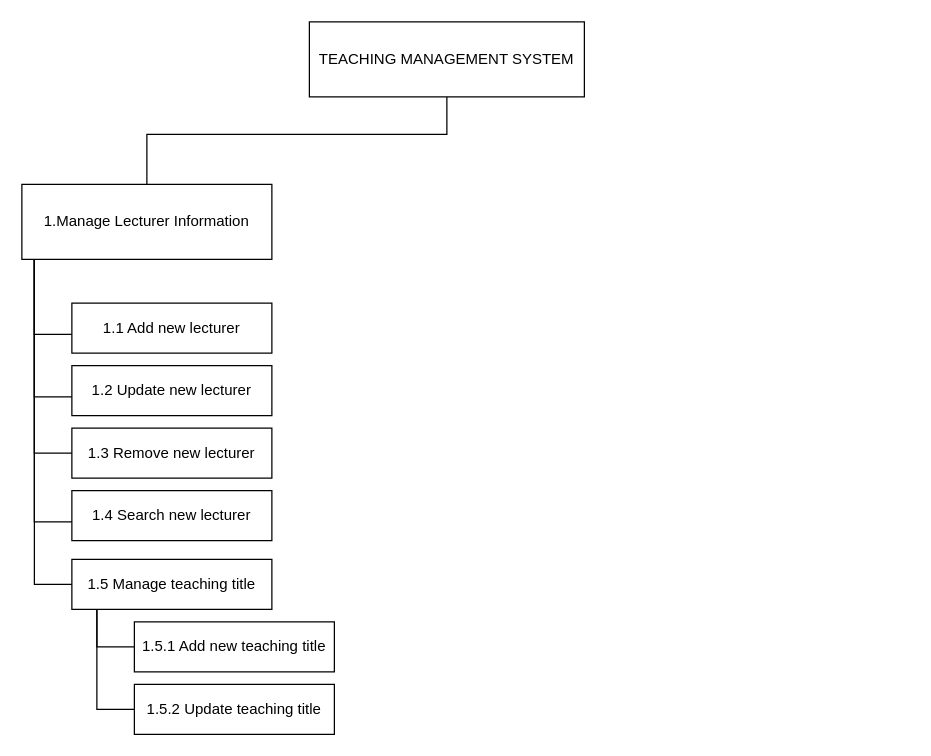
Earlier version of the draw.io diagram dfd.drawio (Keny7503/draw.io). Source tidied: cells renumbered, new cells numbered last; positions are measured from the earlier drawing's top-left corner, leaving out a move shared by most shapes. Both pictures are drawn from the tidied source at 125%, with x=0, y=0 at pixel (21, 21).
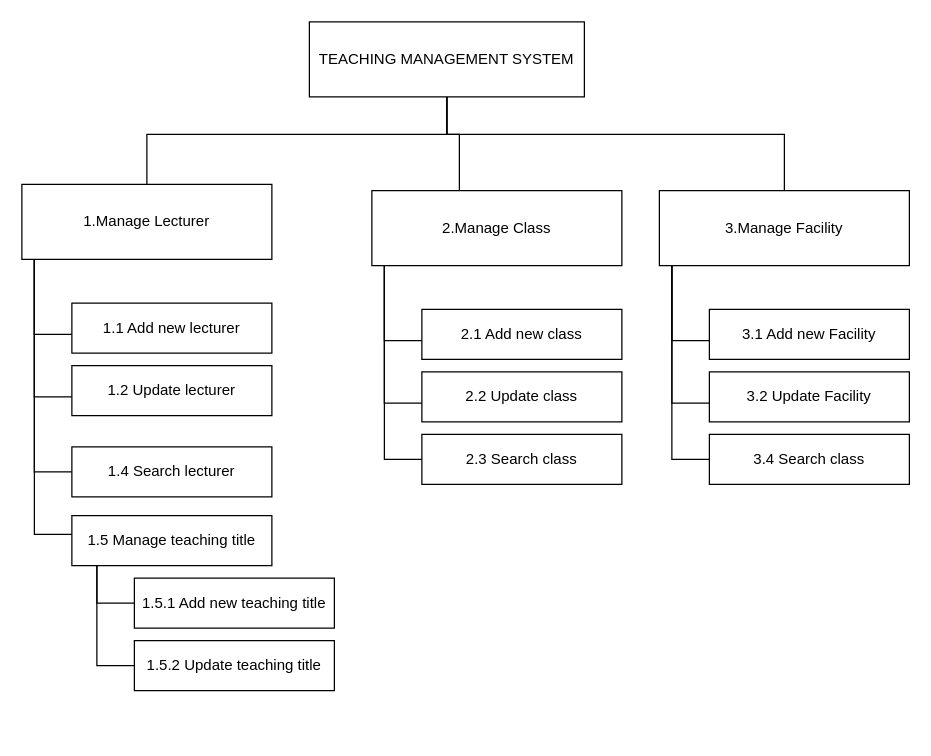
Above is the later version.

The change refers to these unchanged cells:
```xml
<mxCell id="2" value="TEACHING MANAGEMENT SYSTEM" style="rounded=0;whiteSpace=wrap;html=1;" parent="1" vertex="1">
  <mxGeometry x="230" width="220" height="60" as="geometry" />
</mxCell>
```

The edit, as a diff of the source:
```diff
@@
-    <mxCell id="4" value="1.Manage Lecturer Information" style="rounded=0;whiteSpace=wrap;html=1;" parent="1" vertex="1">
+    <mxCell id="4" value="1.Manage Lecturer" style="rounded=0;whiteSpace=wrap;html=1;" parent="1" vertex="1">
       <mxGeometry y="130" width="200" height="60" as="geometry" />
     </mxCell>
@@
-    <mxCell id="7" value="1.2 Update new lecturer" style="rounded=0;whiteSpace=wrap;html=1;" parent="1" vertex="1">
+    <mxCell id="7" value="1.2 Update lecturer" style="rounded=0;whiteSpace=wrap;html=1;" parent="1" vertex="1">
       <mxGeometry x="40" y="275" width="160" height="40" as="geometry" />
     </mxCell>
-    <mxCell id="8" value="1.3 Remove new lecturer" style="rounded=0;whiteSpace=wrap;html=1;" parent="1" vertex="1">
-      <mxGeometry x="40" y="325" width="160" height="40" as="geometry" />
-    </mxCell>
-    <mxCell id="9" value="1.4 Search new lecturer" style="rounded=0;whiteSpace=wrap;html=1;" parent="1" vertex="1">
-      <mxGeometry x="40" y="375" width="160" height="40" as="geometry" />
+    <mxCell id="9" value="1.4 Search lecturer" style="rounded=0;whiteSpace=wrap;html=1;" parent="1" vertex="1">
+      <mxGeometry x="40" y="340" width="160" height="40" as="geometry" />
     </mxCell>
@@
-    <mxCell id="11" style="edgeStyle=orthogonalEdgeStyle;rounded=0;jettySize=auto;html=1;endArrow=none;endFill=0;" parent="1" edge="1" source="4" target="8">
-      <mxGeometry relative="1" as="geometry">
-        <Array as="points">
-          <mxPoint x="10" y="345" />
-        </Array>
-      </mxGeometry>
-    </mxCell>
     <mxCell id="12" style="edgeStyle=orthogonalEdgeStyle;rounded=0;jettySize=auto;html=1;endArrow=none;endFill=0;" parent="1" edge="1" source="4" target="9">
       <mxGeometry relative="1" as="geometry">
         <Array as="points">
-          <mxPoint x="10" y="400" />
+          <mxPoint x="10" y="360" />
         </Array>
       </mxGeometry>
     </mxCell>
     <mxCell id="13" value="1.5 Manage teaching title" style="rounded=0;whiteSpace=wrap;html=1;" parent="1" vertex="1">
-      <mxGeometry x="40" y="430" width="160" height="40" as="geometry" />
+      <mxGeometry x="40" y="395" width="160" height="40" as="geometry" />
     </mxCell>
-    <mxCell id="14" style="edgeStyle=orthogonalEdgeStyle;rounded=0;jettySize=auto;html=1;endArrow=none;endFill=0;" parent="1" edge="1" source="4">
+    <mxCell id="14" style="edgeStyle=orthogonalEdgeStyle;rounded=0;jettySize=auto;html=1;endArrow=none;endFill=0;" parent="1" edge="1" source="4" target="13">
       <mxGeometry relative="1" as="geometry">
-        <mxPoint x="40" y="450" as="targetPoint" />
         <Array as="points">
-          <mxPoint x="10" y="450" />
+          <mxPoint x="10" y="410" />
         </Array>
       </mxGeometry>
     </mxCell>
     <mxCell id="15" value="1.5.1 Add new teaching title" style="rounded=0;whiteSpace=wrap;html=1;" parent="1" vertex="1">
-      <mxGeometry x="90" y="480" width="160" height="40" as="geometry" />
+      <mxGeometry x="90" y="445" width="160" height="40" as="geometry" />
     </mxCell>
     <mxCell id="16" style="edgeStyle=orthogonalEdgeStyle;rounded=0;jettySize=auto;html=1;endArrow=none;endFill=0;" parent="1" edge="1" source="13">
       <mxGeometry relative="1" as="geometry">
-        <mxPoint x="90" y="500" as="targetPoint" />
+        <mxPoint x="90" y="465" as="targetPoint" />
         <Array as="points">
-          <mxPoint x="60" y="500" />
+          <mxPoint x="60" y="465" />
         </Array>
       </mxGeometry>
     </mxCell>
     <mxCell id="17" value="1.5.2 Update teaching title" style="rounded=0;whiteSpace=wrap;html=1;" parent="1" vertex="1">
-      <mxGeometry x="90" y="530" width="160" height="40" as="geometry" />
+      <mxGeometry x="90" y="495" width="160" height="40" as="geometry" />
     </mxCell>
     <mxCell id="18" style="edgeStyle=orthogonalEdgeStyle;rounded=0;jettySize=auto;html=1;endArrow=none;endFill=0;" parent="1" edge="1" source="13">
       <mxGeometry relative="1" as="geometry">
-        <mxPoint x="90" y="550" as="targetPoint" />
+        <mxPoint x="90" y="515" as="targetPoint" />
         <Array as="points">
-          <mxPoint x="60" y="550" />
+          <mxPoint x="60" y="515" />
         </Array>
       </mxGeometry>
     </mxCell>
+    <mxCell id="19" style="edgeStyle=orthogonalEdgeStyle;rounded=0;jettySize=auto;html=1;endArrow=none;endFill=0;" parent="1" edge="1" source="20" target="21">
+      <mxGeometry relative="1" as="geometry">
+        <Array as="points">
+          <mxPoint x="290" y="255" />
+        </Array>
+      </mxGeometry>
+    </mxCell>
+    <mxCell id="20" value="2.Manage Class" style="rounded=0;whiteSpace=wrap;html=1;" parent="1" vertex="1">
+      <mxGeometry x="280" y="135" width="200" height="60" as="geometry" />
+    </mxCell>
+    <mxCell id="21" value="2.1 Add new class" style="rounded=0;whiteSpace=wrap;html=1;" parent="1" vertex="1">
+      <mxGeometry x="320" y="230" width="160" height="40" as="geometry" />
+    </mxCell>
+    <mxCell id="22" value="2.2 Update class" style="rounded=0;whiteSpace=wrap;html=1;" parent="1" vertex="1">
+      <mxGeometry x="320" y="280" width="160" height="40" as="geometry" />
+    </mxCell>
+    <mxCell id="23" value="2.3 Search class" style="rounded=0;whiteSpace=wrap;html=1;" parent="1" vertex="1">
+      <mxGeometry x="320" y="330" width="160" height="40" as="geometry" />
+    </mxCell>
+    <mxCell id="24" style="edgeStyle=orthogonalEdgeStyle;rounded=0;jettySize=auto;html=1;endArrow=none;endFill=0;" parent="1" edge="1" source="20" target="22">
+      <mxGeometry relative="1" as="geometry">
+        <Array as="points">
+          <mxPoint x="290" y="305" />
+        </Array>
+      </mxGeometry>
+    </mxCell>
+    <mxCell id="25" style="edgeStyle=orthogonalEdgeStyle;rounded=0;jettySize=auto;html=1;endArrow=none;endFill=0;" parent="1" edge="1" source="20" target="23">
+      <mxGeometry relative="1" as="geometry">
+        <Array as="points">
+          <mxPoint x="290" y="350" />
+        </Array>
+      </mxGeometry>
+    </mxCell>
+    <mxCell id="26" style="endArrow=none;html=1;rounded=0;edgeStyle=orthogonalEdgeStyle;" parent="1" edge="1" source="20" target="2">
+      <mxGeometry relative="1" as="geometry">
+        <Array as="points">
+          <mxPoint x="350" y="90" />
+          <mxPoint x="340" y="90" />
+        </Array>
+      </mxGeometry>
+    </mxCell>
+    <mxCell id="27" style="edgeStyle=orthogonalEdgeStyle;rounded=0;jettySize=auto;html=1;endArrow=none;endFill=0;" parent="1" edge="1" source="28" target="29">
+      <mxGeometry relative="1" as="geometry">
+        <Array as="points">
+          <mxPoint x="520" y="255" />
+        </Array>
+      </mxGeometry>
+    </mxCell>
+    <mxCell id="28" value="3.Manage Facility" style="rounded=0;whiteSpace=wrap;html=1;" parent="1" vertex="1">
+      <mxGeometry x="510" y="135" width="200" height="60" as="geometry" />
+    </mxCell>
+    <mxCell id="29" value="3.1 Add new Facility" style="rounded=0;whiteSpace=wrap;html=1;" parent="1" vertex="1">
+      <mxGeometry x="550" y="230" width="160" height="40" as="geometry" />
+    </mxCell>
+    <mxCell id="30" value="3.2 Update Facility" style="rounded=0;whiteSpace=wrap;html=1;" parent="1" vertex="1">
+      <mxGeometry x="550" y="280" width="160" height="40" as="geometry" />
+    </mxCell>
+    <mxCell id="31" value="3.4 Search class" style="rounded=0;whiteSpace=wrap;html=1;" parent="1" vertex="1">
+      <mxGeometry x="550" y="330" width="160" height="40" as="geometry" />
+    </mxCell>
+    <mxCell id="32" style="edgeStyle=orthogonalEdgeStyle;rounded=0;jettySize=auto;html=1;endArrow=none;endFill=0;" parent="1" edge="1" source="28" target="30">
+      <mxGeometry relative="1" as="geometry">
+        <Array as="points">
+          <mxPoint x="520" y="305" />
+        </Array>
+      </mxGeometry>
+    </mxCell>
+    <mxCell id="33" style="edgeStyle=orthogonalEdgeStyle;rounded=0;jettySize=auto;html=1;endArrow=none;endFill=0;" parent="1" edge="1" source="28" target="31">
+      <mxGeometry relative="1" as="geometry">
+        <Array as="points">
+          <mxPoint x="520" y="350" />
+        </Array>
+      </mxGeometry>
+    </mxCell>
+    <mxCell id="34" style="endArrow=none;html=1;rounded=0;edgeStyle=orthogonalEdgeStyle;" parent="1" edge="1" source="28" target="2">
+      <mxGeometry relative="1" as="geometry">
+        <Array as="points">
+          <mxPoint x="610" y="90" />
+          <mxPoint x="340" y="90" />
+        </Array>
+      </mxGeometry>
+    </mxCell>
```
